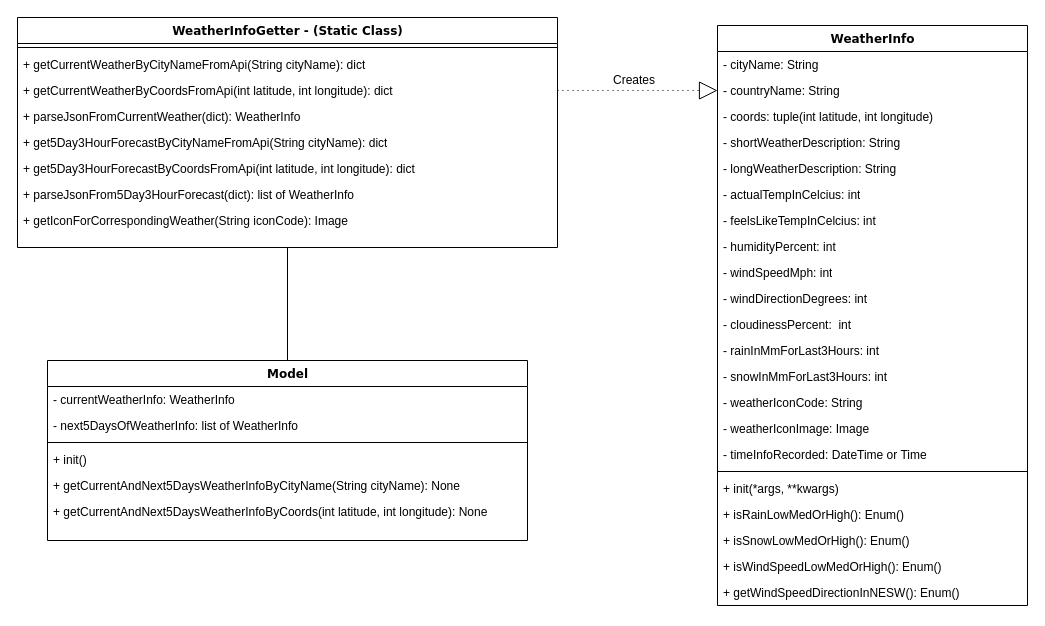
This is notes/2b) Design Solution.drawio from murtaza135/weather_app, a draw.io file, before an edit. Source tidied: cells renumbered, new cells numbered last; positions are measured from the earlier drawing's top-left corner, leaving out a move shared by most shapes. Both pictures are drawn from the tidied source at 100%, with x=0, y=0 at pixel (17, 17).
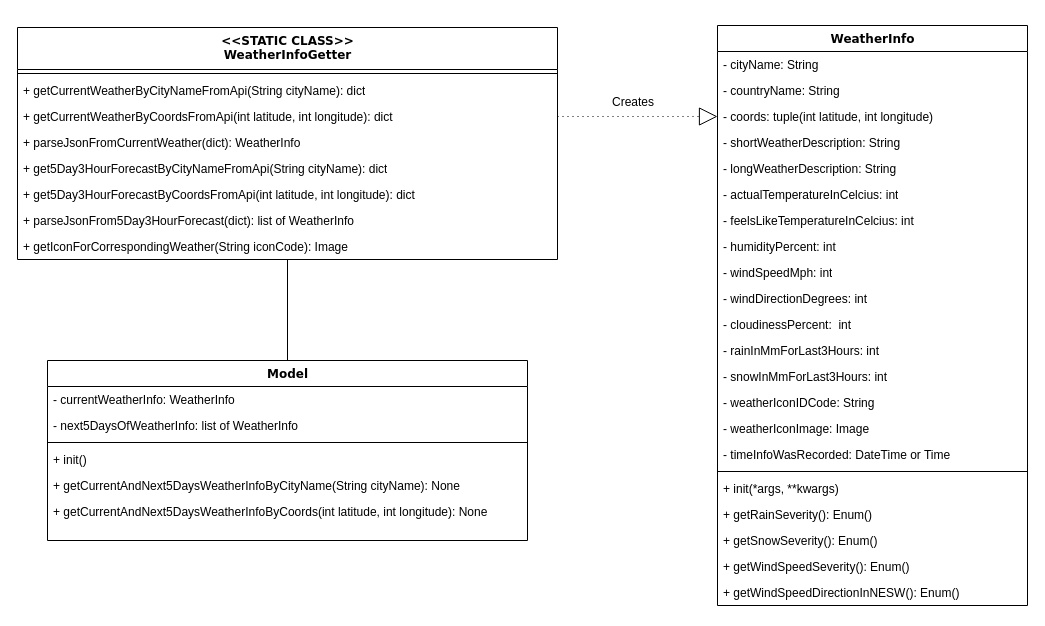
Above is the later version.

The change refers to these unchanged cells:
```xml
<mxCell id="2" value="WeatherInfo" style="swimlane;html=1;fontStyle=1;align=center;verticalAlign=top;horizontal=1;startSize=26;swimlaneFillColor=#ffffff;rounded=0;shadow=0;comic=0;labelBackgroundColor=none;strokeColor=#000000;strokeWidth=1;fillColor=none;fontFamily=Verdana;fontSize=12;fontColor=#000000;" parent="1" vertex="1">
  <mxGeometry x="700" y="8" width="310" height="580" as="geometry" />
</mxCell>
<mxCell id="4" value="- countryName: String" style="text;html=1;strokeColor=none;fillColor=none;align=left;verticalAlign=top;spacingLeft=4;spacingRight=4;whiteSpace=wrap;overflow=hidden;points=[[0,0.5],[1,0.5]];portConstraint=eastwest;" parent="2" vertex="1">
  <mxGeometry y="52" width="310" height="26" as="geometry" />
</mxCell>
<mxCell id="5" value="- coords: tuple(int latitude, int longitude)" style="text;html=1;strokeColor=none;fillColor=none;align=left;verticalAlign=top;spacingLeft=4;spacingRight=4;whiteSpace=wrap;overflow=hidden;points=[[0,0.5],[1,0.5]];portConstraint=eastwest;" parent="2" vertex="1">
  <mxGeometry y="78" width="310" height="26" as="geometry" />
</mxCell>
```

What changed in the source:
```diff
@@
-    <mxCell id="8" value="- actualTempInCelcius: int" style="text;html=1;strokeColor=none;fillColor=none;align=left;verticalAlign=top;spacingLeft=4;spacingRight=4;whiteSpace=wrap;overflow=hidden;" parent="2" vertex="1">
+    <mxCell id="8" value="- actualTemperatureInCelcius: int" style="text;html=1;strokeColor=none;fillColor=none;align=left;verticalAlign=top;spacingLeft=4;spacingRight=4;whiteSpace=wrap;overflow=hidden;" parent="2" vertex="1">
       <mxGeometry y="156" width="310" height="26" as="geometry" />
     </mxCell>
-    <mxCell id="9" value="- feelsLikeTempInCelcius: int" style="text;html=1;strokeColor=none;fillColor=none;align=left;verticalAlign=top;spacingLeft=4;spacingRight=4;whiteSpace=wrap;overflow=hidden;" parent="2" vertex="1">
+    <mxCell id="9" value="- feelsLikeTemperatureInCelcius: int" style="text;html=1;strokeColor=none;fillColor=none;align=left;verticalAlign=top;spacingLeft=4;spacingRight=4;whiteSpace=wrap;overflow=hidden;" parent="2" vertex="1">
       <mxGeometry y="182" width="310" height="26" as="geometry" />
     </mxCell>
@@
-    <mxCell id="16" value="- weatherIconCode: String" style="text;html=1;strokeColor=none;fillColor=none;align=left;verticalAlign=top;spacingLeft=4;spacingRight=4;whiteSpace=wrap;overflow=hidden;" parent="2" vertex="1">
+    <mxCell id="16" value="- weatherIconIDCode: String" style="text;html=1;strokeColor=none;fillColor=none;align=left;verticalAlign=top;spacingLeft=4;spacingRight=4;whiteSpace=wrap;overflow=hidden;" parent="2" vertex="1">
       <mxGeometry y="364" width="310" height="26" as="geometry" />
     </mxCell>
@@
-    <mxCell id="18" value="- timeInfoRecorded: DateTime or Time" style="text;html=1;strokeColor=none;fillColor=none;align=left;verticalAlign=top;spacingLeft=4;spacingRight=4;whiteSpace=wrap;overflow=hidden;" parent="2" vertex="1">
+    <mxCell id="18" value="- timeInfoWasRecorded: DateTime or Time" style="text;html=1;strokeColor=none;fillColor=none;align=left;verticalAlign=top;spacingLeft=4;spacingRight=4;whiteSpace=wrap;overflow=hidden;" parent="2" vertex="1">
       <mxGeometry y="416" width="310" height="26" as="geometry" />
     </mxCell>
@@
-    <mxCell id="21" value="+ isRainLowMedOrHigh(): Enum()" style="text;html=1;strokeColor=none;fillColor=none;align=left;verticalAlign=top;spacingLeft=4;spacingRight=4;whiteSpace=wrap;overflow=hidden;" parent="2" vertex="1">
+    <mxCell id="21" value="+ getRainSeverity(): Enum()" style="text;html=1;strokeColor=none;fillColor=none;align=left;verticalAlign=top;spacingLeft=4;spacingRight=4;whiteSpace=wrap;overflow=hidden;" parent="2" vertex="1">
       <mxGeometry y="476" width="310" height="26" as="geometry" />
     </mxCell>
-    <mxCell id="22" value="+ isSnowLowMedOrHigh(): Enum()" style="text;html=1;strokeColor=none;fillColor=none;align=left;verticalAlign=top;spacingLeft=4;spacingRight=4;whiteSpace=wrap;overflow=hidden;" parent="2" vertex="1">
+    <mxCell id="22" value="+ getSnowSeverity(): Enum()" style="text;html=1;strokeColor=none;fillColor=none;align=left;verticalAlign=top;spacingLeft=4;spacingRight=4;whiteSpace=wrap;overflow=hidden;" parent="2" vertex="1">
       <mxGeometry y="502" width="310" height="26" as="geometry" />
     </mxCell>
-    <mxCell id="23" value="+ isWindSpeedLowMedOrHigh(): Enum()" style="text;html=1;strokeColor=none;fillColor=none;align=left;verticalAlign=top;spacingLeft=4;spacingRight=4;whiteSpace=wrap;overflow=hidden;" parent="2" vertex="1">
+    <mxCell id="23" value="+ getWindSpeedSeverity(): Enum()" style="text;html=1;strokeColor=none;fillColor=none;align=left;verticalAlign=top;spacingLeft=4;spacingRight=4;whiteSpace=wrap;overflow=hidden;" parent="2" vertex="1">
       <mxGeometry y="528" width="310" height="26" as="geometry" />
     </mxCell>
@@
-    <mxCell id="25" value="WeatherInfoGetter - (Static Class)" style="swimlane;html=1;fontStyle=1;align=center;verticalAlign=top;horizontal=1;startSize=26;swimlaneFillColor=#ffffff;rounded=0;shadow=0;comic=0;labelBackgroundColor=none;strokeColor=#000000;strokeWidth=1;fillColor=none;fontFamily=Verdana;fontSize=12;fontColor=#000000;" parent="1" vertex="1">
-      <mxGeometry width="540" height="230" as="geometry" />
+    <mxCell id="25" value="&amp;lt;&amp;lt;STATIC CLASS&amp;gt;&amp;gt;&lt;br&gt;WeatherInfoGetter" style="swimlane;html=1;fontStyle=1;align=center;verticalAlign=top;horizontal=1;startSize=42;swimlaneFillColor=#ffffff;rounded=0;shadow=0;comic=0;labelBackgroundColor=none;strokeColor=#000000;strokeWidth=1;fillColor=none;fontFamily=Verdana;fontSize=12;fontColor=#000000;" parent="1" vertex="1">
+      <mxGeometry y="10" width="540" height="232" as="geometry" />
     </mxCell>
     <mxCell id="26" style="line;html=1;strokeWidth=1;fillColor=none;align=left;verticalAlign=middle;spacingTop=-1;spacingLeft=3;spacingRight=3;labelPosition=right;" parent="25" vertex="1">
-      <mxGeometry y="26" width="540" height="8" as="geometry" />
+      <mxGeometry y="42" width="540" height="8" as="geometry" />
     </mxCell>
     <mxCell id="27" value="+ getCurrentWeatherByCityNameFromApi(String cityName): dict" style="text;html=1;strokeColor=none;fillColor=none;align=left;verticalAlign=top;spacingLeft=4;spacingRight=4;whiteSpace=wrap;overflow=hidden;" parent="25" vertex="1">
-      <mxGeometry y="34" width="540" height="26" as="geometry" />
+      <mxGeometry y="50" width="540" height="26" as="geometry" />
     </mxCell>
     <mxCell id="28" value="+ getCurrentWeatherByCoordsFromApi(int latitude, int longitude): dict" style="text;html=1;strokeColor=none;fillColor=none;align=left;verticalAlign=top;spacingLeft=4;spacingRight=4;whiteSpace=wrap;overflow=hidden;points=[[0,0.5],[1,0.5]];portConstraint=eastwest;" parent="25" vertex="1">
-      <mxGeometry y="60" width="540" height="26" as="geometry" />
+      <mxGeometry y="76" width="540" height="26" as="geometry" />
     </mxCell>
     <mxCell id="29" value="+ parseJsonFromCurrentWeather(dict): WeatherInfo" style="text;html=1;strokeColor=none;fillColor=none;align=left;verticalAlign=top;spacingLeft=4;spacingRight=4;whiteSpace=wrap;overflow=hidden;" parent="25" vertex="1">
-      <mxGeometry y="86" width="540" height="26" as="geometry" />
+      <mxGeometry y="102" width="540" height="26" as="geometry" />
     </mxCell>
     <mxCell id="30" value="+ get5Day3HourForecastByCityNameFromApi(String cityName): dict" style="text;html=1;strokeColor=none;fillColor=none;align=left;verticalAlign=top;spacingLeft=4;spacingRight=4;whiteSpace=wrap;overflow=hidden;" parent="25" vertex="1">
-      <mxGeometry y="112" width="540" height="26" as="geometry" />
+      <mxGeometry y="128" width="540" height="26" as="geometry" />
     </mxCell>
     <mxCell id="31" value="+ get5Day3HourForecastByCoordsFromApi(int latitude, int longitude): dict" style="text;html=1;strokeColor=none;fillColor=none;align=left;verticalAlign=top;spacingLeft=4;spacingRight=4;whiteSpace=wrap;overflow=hidden;" parent="25" vertex="1">
-      <mxGeometry y="138" width="540" height="26" as="geometry" />
+      <mxGeometry y="154" width="540" height="26" as="geometry" />
     </mxCell>
     <mxCell id="32" value="+ parseJsonFrom5Day3HourForecast(dict): list of WeatherInfo" style="text;html=1;strokeColor=none;fillColor=none;align=left;verticalAlign=top;spacingLeft=4;spacingRight=4;whiteSpace=wrap;overflow=hidden;" parent="25" vertex="1">
-      <mxGeometry y="164" width="540" height="26" as="geometry" />
+      <mxGeometry y="180" width="540" height="26" as="geometry" />
     </mxCell>
     <mxCell id="33" value="+ getIconForCorrespondingWeather(String iconCode): Image" style="text;html=1;strokeColor=none;fillColor=none;align=left;verticalAlign=top;spacingLeft=4;spacingRight=4;whiteSpace=wrap;overflow=hidden;" parent="25" vertex="1">
-      <mxGeometry y="190" width="540" height="26" as="geometry" />
+      <mxGeometry y="206" width="540" height="26" as="geometry" />
     </mxCell>
-    <mxCell id="34" style="html=1;labelBackgroundColor=none;startFill=0;startSize=8;endArrow=block;endFill=0;endSize=16;fontFamily=Verdana;fontSize=12;exitX=1;exitY=0.5;exitDx=0;exitDy=0;entryX=0;entryY=0.5;entryDx=0;entryDy=0;dashed=1;dashPattern=1 4;" parent="1" edge="1" source="28" target="4">
+    <mxCell id="34" style="html=1;labelBackgroundColor=none;startFill=0;startSize=8;endArrow=block;endFill=0;endSize=16;fontFamily=Verdana;fontSize=12;exitX=1;exitY=0.5;exitDx=0;exitDy=0;entryX=0;entryY=0.5;entryDx=0;entryDy=0;dashed=1;dashPattern=1 4;" parent="1" edge="1" source="28" target="5">
       <mxGeometry relative="1" as="geometry" />
     </mxCell>
     <mxCell id="35" value="Creates" style="text;html=1;strokeColor=none;fillColor=none;align=center;verticalAlign=middle;whiteSpace=wrap;rounded=0;" parent="1" vertex="1">
-      <mxGeometry x="557" y="53" width="120" height="20" as="geometry" />
+      <mxGeometry x="556" y="75" width="120" height="20" as="geometry" />
     </mxCell>
```
